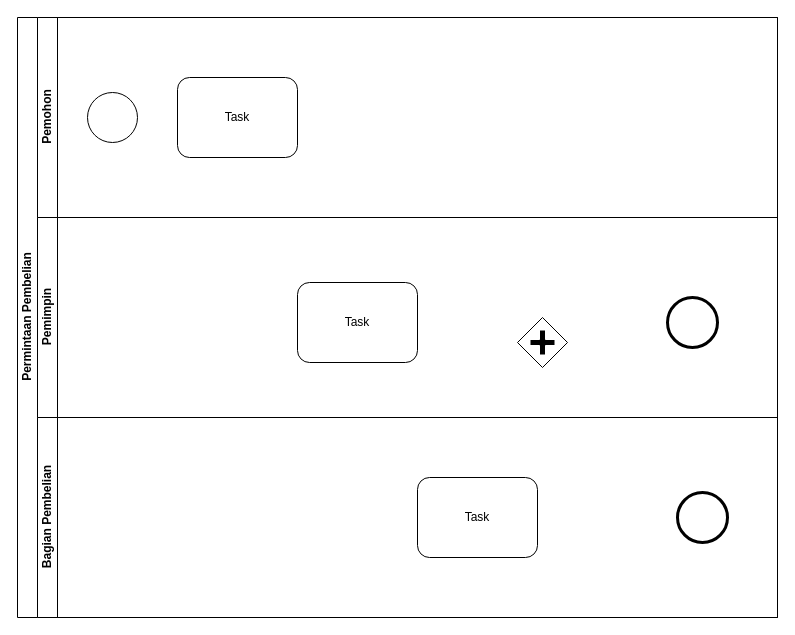
Before: Tugas/BPMN7.drawio in kucingtakucin/Proses-Bisnis-dan-SIM, a draw.io diagram. Source tidied: cells renumbered, new cells numbered last; positions are measured from the earlier drawing's top-left corner, leaving out a move shared by most shapes. Both pictures are drawn from the tidied source at 100%, with x=0, y=0 at pixel (17, 17).
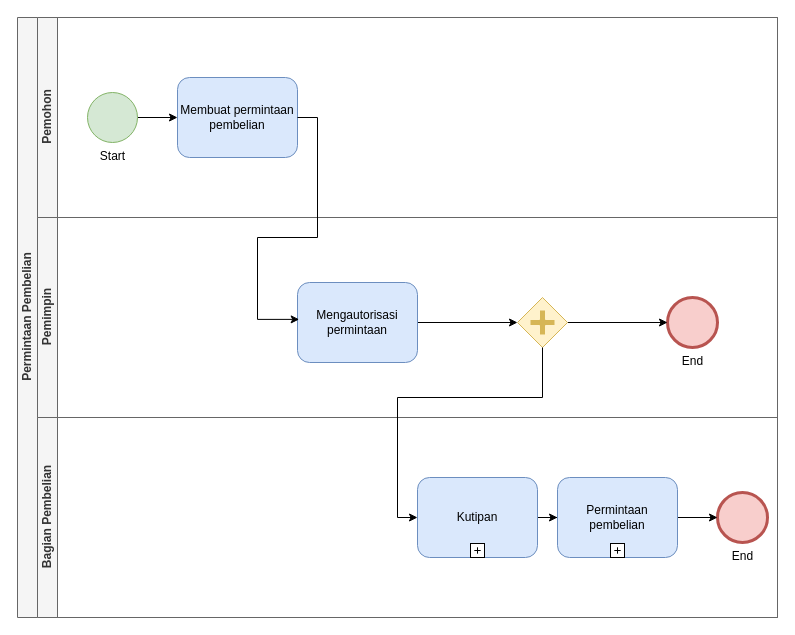
Above is the later version.

Diff of the diagram source:
```diff
@@
-    <mxCell id="2" value="&lt;div&gt;Permintaan Pembelian&lt;/div&gt;" style="swimlane;html=1;horizontal=0;startSize=20;" parent="1" vertex="1">
+    <mxCell id="2" value="&lt;div&gt;Permintaan Pembelian&lt;/div&gt;" style="swimlane;html=1;horizontal=0;startSize=20;fillColor=#f5f5f5;strokeColor=#666666;fontColor=#333333;" parent="1" vertex="1">
       <mxGeometry width="760" height="600" as="geometry" />
     </mxCell>
-    <mxCell id="3" value="Pemohon" style="swimlane;html=1;startSize=20;horizontal=0;" parent="2" vertex="1">
+    <mxCell id="3" value="Pemohon" style="swimlane;html=1;startSize=20;horizontal=0;fillColor=#f5f5f5;strokeColor=#666666;fontColor=#333333;" parent="2" vertex="1">
       <mxGeometry x="20" width="740" height="200" as="geometry" />
     </mxCell>
+    <mxCell id="13" style="edgeStyle=orthogonalEdgeStyle;rounded=0;jettySize=auto;html=1;" parent="3" edge="1" source="4" target="5">
+      <mxGeometry relative="1" as="geometry" />
+    </mxCell>
-    <mxCell id="4" style="shape=mxgraph.bpmn.shape;html=1;verticalLabelPosition=bottom;labelBackgroundColor=#ffffff;verticalAlign=top;align=center;perimeter=ellipsePerimeter;outlineConnect=0;outline=standard;symbol=general;" parent="3" vertex="1">
+    <mxCell id="4" value="Start" style="shape=mxgraph.bpmn.shape;html=1;verticalLabelPosition=bottom;labelBackgroundColor=#ffffff;verticalAlign=top;align=center;perimeter=ellipsePerimeter;outlineConnect=0;outline=standard;symbol=general;fillColor=#d5e8d4;strokeColor=#82b366;" parent="3" vertex="1">
       <mxGeometry x="50" y="75" width="50" height="50" as="geometry" />
     </mxCell>
-    <mxCell id="5" value="Task" style="shape=ext;rounded=1;html=1;whiteSpace=wrap;" parent="3" vertex="1">
+    <mxCell id="5" value="Membuat permintaan pembelian" style="shape=ext;rounded=1;html=1;whiteSpace=wrap;fillColor=#dae8fc;strokeColor=#6c8ebf;" parent="3" vertex="1">
       <mxGeometry x="140" y="60" width="120" height="80" as="geometry" />
     </mxCell>
-    <mxCell id="6" value="Pemimpin" style="swimlane;html=1;startSize=20;horizontal=0;" parent="2" vertex="1">
+    <mxCell id="6" value="Pemimpin" style="swimlane;html=1;startSize=20;horizontal=0;fillColor=#f5f5f5;strokeColor=#666666;fontColor=#333333;" parent="2" vertex="1">
       <mxGeometry x="20" y="200" width="740" height="200" as="geometry" />
     </mxCell>
-    <mxCell id="7" style="shape=mxgraph.bpmn.shape;html=1;verticalLabelPosition=bottom;labelBackgroundColor=#ffffff;verticalAlign=top;align=center;perimeter=ellipsePerimeter;outlineConnect=0;outline=end;symbol=general;" parent="6" vertex="1">
+    <mxCell id="7" value="End" style="shape=mxgraph.bpmn.shape;html=1;verticalLabelPosition=bottom;labelBackgroundColor=#ffffff;verticalAlign=top;align=center;perimeter=ellipsePerimeter;outlineConnect=0;outline=end;symbol=general;fillColor=#f8cecc;strokeColor=#b85450;" parent="6" vertex="1">
       <mxGeometry x="630" y="80" width="50" height="50" as="geometry" />
     </mxCell>
+    <mxCell id="14" style="edgeStyle=orthogonalEdgeStyle;rounded=0;jettySize=auto;html=1;" parent="6" edge="1" source="8" target="12">
+      <mxGeometry relative="1" as="geometry" />
+    </mxCell>
-    <mxCell id="8" value="Task" style="shape=ext;rounded=1;html=1;whiteSpace=wrap;" parent="6" vertex="1">
+    <mxCell id="8" value="Mengautorisasi permintaan" style="shape=ext;rounded=1;html=1;whiteSpace=wrap;fillColor=#dae8fc;strokeColor=#6c8ebf;" parent="6" vertex="1">
       <mxGeometry x="260" y="65" width="120" height="80" as="geometry" />
     </mxCell>
+    <mxCell id="15" style="edgeStyle=orthogonalEdgeStyle;rounded=0;jettySize=auto;html=1;" parent="6" edge="1" source="12" target="7">
+      <mxGeometry relative="1" as="geometry" />
+    </mxCell>
+    <mxCell id="12" style="shape=mxgraph.bpmn.shape;html=1;verticalLabelPosition=bottom;labelBackgroundColor=#ffffff;verticalAlign=top;align=center;perimeter=rhombusPerimeter;background=gateway;outlineConnect=0;outline=none;symbol=parallelGw;fillColor=#fff2cc;strokeColor=#d6b656;" parent="6" vertex="1">
+      <mxGeometry x="480" y="80" width="50" height="50" as="geometry" />
+    </mxCell>
-    <mxCell id="9" value="Bagian Pembelian" style="swimlane;html=1;startSize=20;horizontal=0;" parent="2" vertex="1">
+    <mxCell id="9" value="Bagian Pembelian" style="swimlane;html=1;startSize=20;horizontal=0;fillColor=#f5f5f5;strokeColor=#666666;fontColor=#333333;" parent="2" vertex="1">
       <mxGeometry x="20" y="400" width="740" height="200" as="geometry" />
     </mxCell>
-    <mxCell id="10" style="shape=mxgraph.bpmn.shape;html=1;verticalLabelPosition=bottom;labelBackgroundColor=#ffffff;verticalAlign=top;align=center;perimeter=ellipsePerimeter;outlineConnect=0;outline=end;symbol=general;" parent="9" vertex="1">
-      <mxGeometry x="640" y="75" width="50" height="50" as="geometry" />
+    <mxCell id="10" value="End" style="shape=mxgraph.bpmn.shape;html=1;verticalLabelPosition=bottom;labelBackgroundColor=#ffffff;verticalAlign=top;align=center;perimeter=ellipsePerimeter;outlineConnect=0;outline=end;symbol=general;fillColor=#f8cecc;strokeColor=#b85450;" parent="9" vertex="1">
+      <mxGeometry x="680" y="75" width="50" height="50" as="geometry" />
     </mxCell>
-    <mxCell id="11" value="Task" style="shape=ext;rounded=1;html=1;whiteSpace=wrap;" parent="9" vertex="1">
-      <mxGeometry x="380" y="60" width="120" height="80" as="geometry" />
-    </mxCell>
-    <mxCell id="12" style="shape=mxgraph.bpmn.shape;html=1;verticalLabelPosition=bottom;labelBackgroundColor=#ffffff;verticalAlign=top;align=center;perimeter=rhombusPerimeter;background=gateway;outlineConnect=0;outline=none;symbol=parallelGw;" parent="1" vertex="1">
-      <mxGeometry x="500" y="300" width="50" height="50" as="geometry" />
-    </mxCell>
+    <mxCell id="16" style="edgeStyle=orthogonalEdgeStyle;rounded=0;jettySize=auto;html=1;" parent="9" edge="1" source="17" target="20">
+      <mxGeometry relative="1" as="geometry" />
+    </mxCell>
+    <mxCell id="17" value="Kutipan" style="html=1;whiteSpace=wrap;rounded=1;fillColor=#dae8fc;strokeColor=#6c8ebf;" parent="9" vertex="1">
+      <mxGeometry x="380" y="60" width="120" height="80" as="geometry" />
+    </mxCell>
+    <mxCell id="18" style="html=1;shape=plus;" parent="17" vertex="1">
+      <mxGeometry x="0.5" y="1" width="14" height="14" relative="1" as="geometry">
+        <mxPoint x="-7" y="-14" as="offset" />
+      </mxGeometry>
+    </mxCell>
+    <mxCell id="19" style="edgeStyle=orthogonalEdgeStyle;rounded=0;jettySize=auto;html=1;" parent="9" edge="1" source="20" target="10">
+      <mxGeometry relative="1" as="geometry" />
+    </mxCell>
+    <mxCell id="20" value="Permintaan pembelian" style="html=1;whiteSpace=wrap;rounded=1;fillColor=#dae8fc;strokeColor=#6c8ebf;" parent="9" vertex="1">
+      <mxGeometry x="520" y="60" width="120" height="80" as="geometry" />
+    </mxCell>
+    <mxCell id="21" style="html=1;shape=plus;" parent="20" vertex="1">
+      <mxGeometry x="0.5" y="1" width="14" height="14" relative="1" as="geometry">
+        <mxPoint x="-7" y="-14" as="offset" />
+      </mxGeometry>
+    </mxCell>
+    <mxCell id="22" style="edgeStyle=orthogonalEdgeStyle;rounded=0;jettySize=auto;html=1;entryX=0.014;entryY=0.461;entryDx=0;entryDy=0;entryPerimeter=0;exitX=1;exitY=0.5;exitDx=0;exitDy=0;" parent="2" edge="1" source="5" target="8">
+      <mxGeometry relative="1" as="geometry">
+        <Array as="points">
+          <mxPoint x="300" y="100" />
+          <mxPoint x="300" y="220" />
+          <mxPoint x="240" y="220" />
+          <mxPoint x="240" y="302" />
+        </Array>
+      </mxGeometry>
+    </mxCell>
+    <mxCell id="23" style="edgeStyle=orthogonalEdgeStyle;rounded=0;jettySize=auto;html=1;entryX=0;entryY=0.5;entryDx=0;entryDy=0;" parent="2" edge="1" source="12" target="17">
+      <mxGeometry relative="1" as="geometry">
+        <Array as="points">
+          <mxPoint x="525" y="380" />
+          <mxPoint x="380" y="380" />
+          <mxPoint x="380" y="500" />
+        </Array>
+      </mxGeometry>
+    </mxCell>
```
